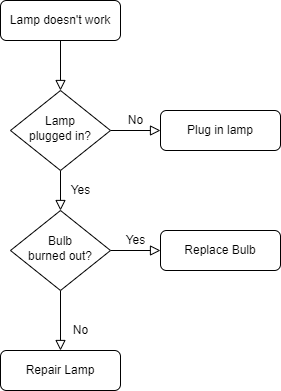
Earlier version of the draw.io export Untitled Diagram.drawio.png (volcanok/drawio). Source tidied: cells renumbered, new cells last; positions are measured from the earlier drawing's top-left corner, leaving out a move shared by most shapes.
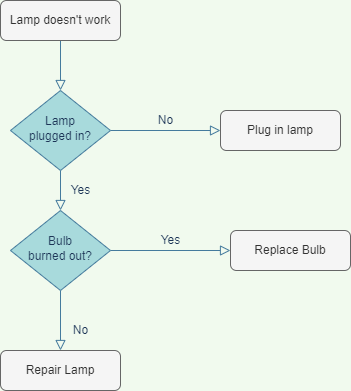
After the change.

Change to the diagram source:
```diff
@@ -1,39 +1,39 @@
-<mxGraphModel>
+<mxGraphModel background="#F1FAEE">
   <root>
     <mxCell id="0" />
     <mxCell id="1" parent="0" />
-    <mxCell id="2" style="rounded=0;html=1;jettySize=auto;fontSize=11;endArrow=block;endFill=0;endSize=8;strokeWidth=1;shadow=0;labelBackgroundColor=none;edgeStyle=orthogonalEdgeStyle;" parent="1" edge="1" source="3" target="6">
+    <mxCell id="2" style="rounded=0;html=1;jettySize=auto;fontSize=11;endArrow=block;endFill=0;endSize=8;strokeWidth=1;shadow=0;labelBackgroundColor=none;edgeStyle=orthogonalEdgeStyle;strokeColor=#457B9D;fontColor=#1D3557;" parent="1" edge="1" source="3" target="6">
       <mxGeometry relative="1" as="geometry" />
     </mxCell>
-    <mxCell id="3" value="Lamp doesn't work" style="rounded=1;whiteSpace=wrap;html=1;fontSize=12;glass=0;strokeWidth=1;shadow=0;" parent="1" vertex="1">
+    <mxCell id="3" value="Lamp doesn't work" style="rounded=1;whiteSpace=wrap;html=1;fontSize=12;glass=0;strokeWidth=1;shadow=0;fillColor=#f5f5f5;fontColor=#333333;strokeColor=#666666;" parent="1" vertex="1">
       <mxGeometry width="120" height="40" as="geometry" />
     </mxCell>
-    <mxCell id="4" value="Yes" style="rounded=0;html=1;jettySize=auto;fontSize=11;endArrow=block;endFill=0;endSize=8;strokeWidth=1;shadow=0;labelBackgroundColor=none;edgeStyle=orthogonalEdgeStyle;" parent="1" edge="1" source="6" target="10">
+    <mxCell id="4" value="Yes" style="rounded=0;html=1;jettySize=auto;fontSize=11;endArrow=block;endFill=0;endSize=8;strokeWidth=1;shadow=0;labelBackgroundColor=none;edgeStyle=orthogonalEdgeStyle;strokeColor=#457B9D;fontColor=#1D3557;" parent="1" edge="1" source="6" target="10">
       <mxGeometry y="20" relative="1" as="geometry" />
     </mxCell>
-    <mxCell id="5" value="No" style="edgeStyle=orthogonalEdgeStyle;rounded=0;html=1;jettySize=auto;fontSize=11;endArrow=block;endFill=0;endSize=8;strokeWidth=1;shadow=0;labelBackgroundColor=none;" parent="1" edge="1" source="6" target="7">
+    <mxCell id="5" value="No" style="edgeStyle=orthogonalEdgeStyle;rounded=0;html=1;jettySize=auto;fontSize=11;endArrow=block;endFill=0;endSize=8;strokeWidth=1;shadow=0;labelBackgroundColor=none;strokeColor=#457B9D;fontColor=#1D3557;" parent="1" edge="1" source="6" target="7">
       <mxGeometry y="10" relative="1" as="geometry" />
     </mxCell>
-    <mxCell id="6" value="Lamp&lt;br&gt;plugged in?" style="rhombus;whiteSpace=wrap;html=1;shadow=0;fontFamily=Helvetica;fontSize=12;align=center;strokeWidth=1;spacing=6;spacingTop=-4;" parent="1" vertex="1">
+    <mxCell id="6" value="Lamp&lt;br&gt;plugged in?" style="rhombus;whiteSpace=wrap;html=1;shadow=0;fontFamily=Helvetica;fontSize=12;align=center;strokeWidth=1;spacing=6;spacingTop=-4;fillColor=#A8DADC;strokeColor=#457B9D;fontColor=#1D3557;" parent="1" vertex="1">
       <mxGeometry x="10" y="90" width="100" height="80" as="geometry" />
     </mxCell>
-    <mxCell id="7" value="Plug in lamp" style="rounded=1;whiteSpace=wrap;html=1;fontSize=12;glass=0;strokeWidth=1;shadow=0;" parent="1" vertex="1">
-      <mxGeometry x="160" y="110" width="120" height="40" as="geometry" />
+    <mxCell id="7" value="Plug in lamp" style="rounded=1;whiteSpace=wrap;html=1;fontSize=12;glass=0;strokeWidth=1;shadow=0;fillColor=#f5f5f5;strokeColor=#666666;fontColor=#333333;" parent="1" vertex="1">
+      <mxGeometry x="220" y="110" width="120" height="40" as="geometry" />
     </mxCell>
-    <mxCell id="8" value="No" style="rounded=0;html=1;jettySize=auto;fontSize=11;endArrow=block;endFill=0;endSize=8;strokeWidth=1;shadow=0;labelBackgroundColor=none;edgeStyle=orthogonalEdgeStyle;" parent="1" edge="1" source="10" target="11">
+    <mxCell id="8" value="No" style="rounded=0;html=1;jettySize=auto;fontSize=11;endArrow=block;endFill=0;endSize=8;strokeWidth=1;shadow=0;labelBackgroundColor=none;edgeStyle=orthogonalEdgeStyle;strokeColor=#457B9D;fontColor=#1D3557;" parent="1" edge="1" source="10" target="11">
       <mxGeometry x="0.33" y="20" relative="1" as="geometry" />
     </mxCell>
-    <mxCell id="9" value="Yes" style="edgeStyle=orthogonalEdgeStyle;rounded=0;html=1;jettySize=auto;fontSize=11;endArrow=block;endFill=0;endSize=8;strokeWidth=1;shadow=0;labelBackgroundColor=none;" parent="1" edge="1" source="10" target="12">
+    <mxCell id="9" value="Yes" style="edgeStyle=orthogonalEdgeStyle;rounded=0;html=1;jettySize=auto;fontSize=11;endArrow=block;endFill=0;endSize=8;strokeWidth=1;shadow=0;labelBackgroundColor=none;strokeColor=#457B9D;fontColor=#1D3557;" parent="1" edge="1" source="10" target="12">
       <mxGeometry y="10" relative="1" as="geometry" />
     </mxCell>
-    <mxCell id="10" value="Bulb&lt;br&gt;burned out?" style="rhombus;whiteSpace=wrap;html=1;shadow=0;fontFamily=Helvetica;fontSize=12;align=center;strokeWidth=1;spacing=6;spacingTop=-4;" parent="1" vertex="1">
+    <mxCell id="10" value="Bulb&lt;br&gt;burned out?" style="rhombus;whiteSpace=wrap;html=1;shadow=0;fontFamily=Helvetica;fontSize=12;align=center;strokeWidth=1;spacing=6;spacingTop=-4;fillColor=#A8DADC;strokeColor=#457B9D;fontColor=#1D3557;" parent="1" vertex="1">
       <mxGeometry x="10" y="210" width="100" height="80" as="geometry" />
     </mxCell>
-    <mxCell id="11" value="Repair Lamp" style="rounded=1;whiteSpace=wrap;html=1;fontSize=12;glass=0;strokeWidth=1;shadow=0;" parent="1" vertex="1">
+    <mxCell id="11" value="Repair Lamp" style="rounded=1;whiteSpace=wrap;html=1;fontSize=12;glass=0;strokeWidth=1;shadow=0;fillColor=#f5f5f5;strokeColor=#666666;fontColor=#333333;" parent="1" vertex="1">
       <mxGeometry y="350" width="120" height="40" as="geometry" />
     </mxCell>
-    <mxCell id="12" value="Replace Bulb" style="rounded=1;whiteSpace=wrap;html=1;fontSize=12;glass=0;strokeWidth=1;shadow=0;" parent="1" vertex="1">
-      <mxGeometry x="160" y="230" width="120" height="40" as="geometry" />
+    <mxCell id="12" value="Replace Bulb" style="rounded=1;whiteSpace=wrap;html=1;fontSize=12;glass=0;strokeWidth=1;shadow=0;fillColor=#f5f5f5;strokeColor=#666666;fontColor=#333333;" parent="1" vertex="1">
+      <mxGeometry x="230" y="230" width="120" height="40" as="geometry" />
     </mxCell>
   </root>
 </mxGraphModel>
```
